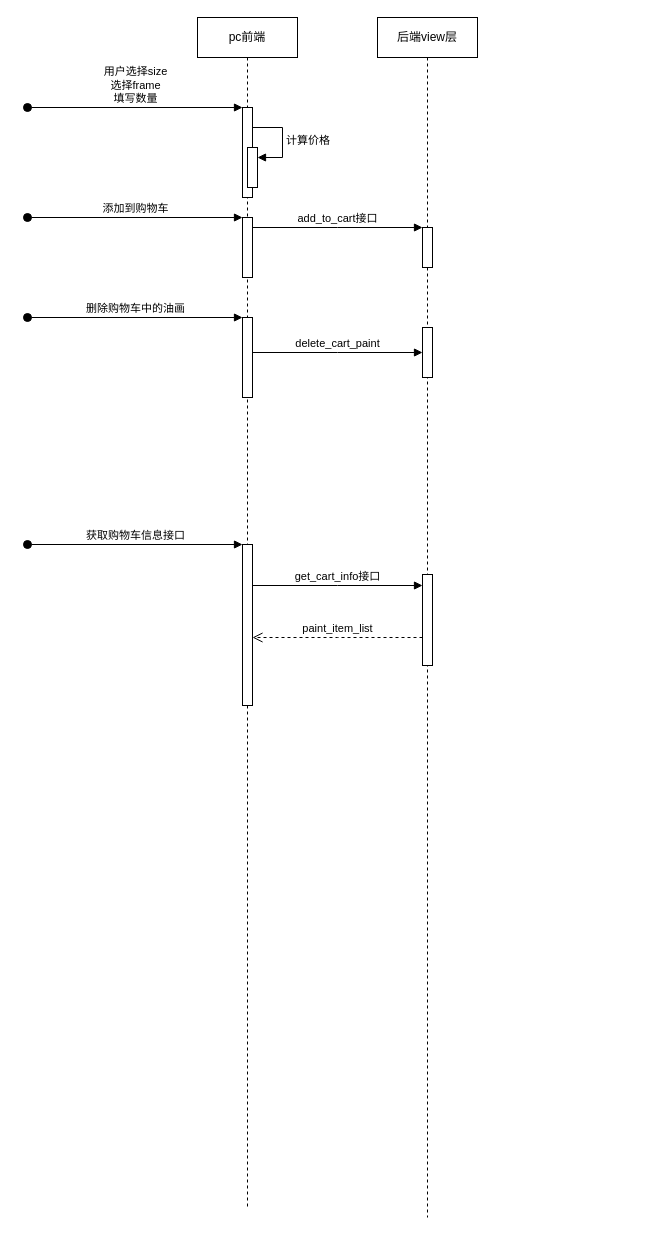
The draw.io diagram aigc订单系统顺序图.drawio in milletzhu/datasource, before the edit. Source tidied: cells renumbered, new cells numbered last; positions are measured from the earlier drawing's top-left corner, leaving out a move shared by most shapes. Both pictures are drawn from the tidied source at 100%, with x=0, y=0 at pixel (27, 17).
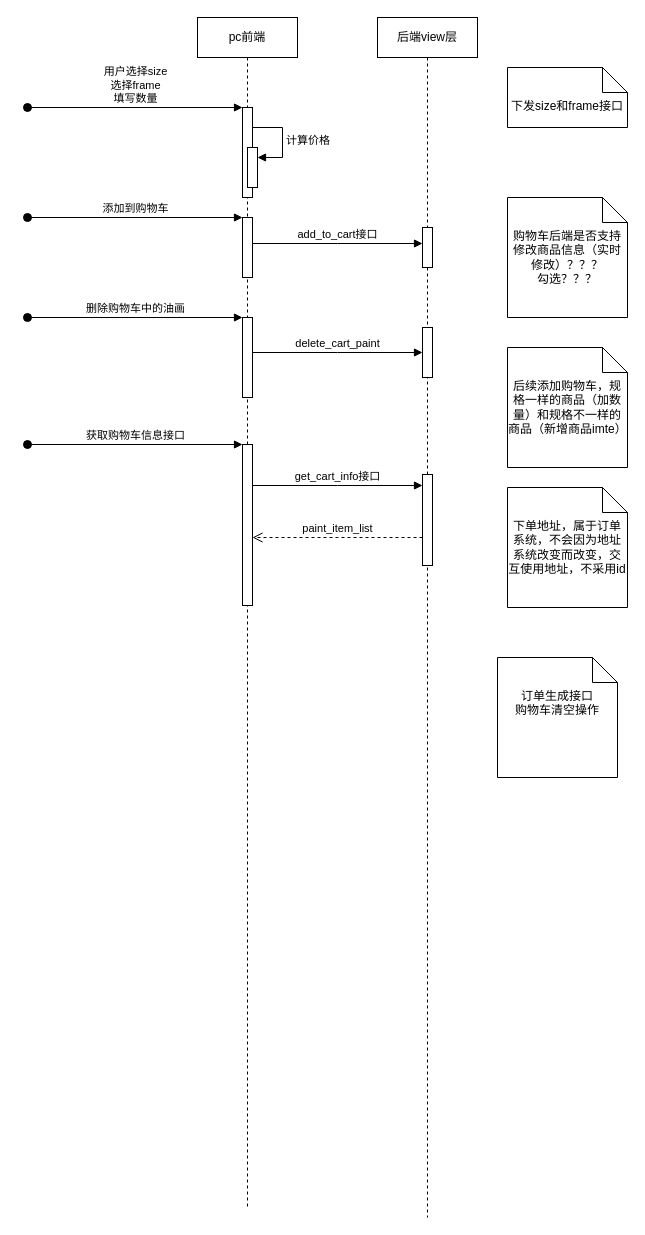
After the change.

Commit message:
更新aigc订单系统顺序图.drawio

The change refers to these unchanged cells:
```xml
<mxCell id="2" value="pc前端" style="shape=umlLifeline;perimeter=lifelinePerimeter;whiteSpace=wrap;html=1;newEdgeStyle={&quot;edgeStyle&quot;:&quot;elbowEdgeStyle&quot;,&quot;elbow&quot;:&quot;vertical&quot;,&quot;curved&quot;:0,&quot;rounded&quot;:0};" parent="1" vertex="1">
  <mxGeometry x="170" width="100" height="1190" as="geometry" />
</mxCell>
<mxCell id="3" style="html=1;points=[];perimeter=orthogonalPerimeter;outlineConnect=0;targetShapes=umlLifeline;portConstraint=eastwest;newEdgeStyle={&quot;edgeStyle&quot;:&quot;elbowEdgeStyle&quot;,&quot;elbow&quot;:&quot;vertical&quot;,&quot;curved&quot;:0,&quot;rounded&quot;:0};" parent="2" vertex="1">
  <mxGeometry x="45" y="200" width="10" height="60" as="geometry" />
</mxCell>
<mxCell id="12" value="后端view层" style="shape=umlLifeline;perimeter=lifelinePerimeter;whiteSpace=wrap;html=1;newEdgeStyle={&quot;edgeStyle&quot;:&quot;elbowEdgeStyle&quot;,&quot;elbow&quot;:&quot;vertical&quot;,&quot;curved&quot;:0,&quot;rounded&quot;:0};" parent="1" vertex="1">
  <mxGeometry x="350" width="100" height="1200" as="geometry" />
</mxCell>
<mxCell id="13" style="html=1;points=[];perimeter=orthogonalPerimeter;outlineConnect=0;targetShapes=umlLifeline;portConstraint=eastwest;newEdgeStyle={&quot;edgeStyle&quot;:&quot;elbowEdgeStyle&quot;,&quot;elbow&quot;:&quot;vertical&quot;,&quot;curved&quot;:0,&quot;rounded&quot;:0};" parent="12" vertex="1">
  <mxGeometry x="45" y="210" width="10" height="40" as="geometry" />
</mxCell>
```

What changed in the source:
```diff
@@
     <mxCell id="8" style="html=1;points=[];perimeter=orthogonalPerimeter;outlineConnect=0;targetShapes=umlLifeline;portConstraint=eastwest;newEdgeStyle={&quot;edgeStyle&quot;:&quot;elbowEdgeStyle&quot;,&quot;elbow&quot;:&quot;vertical&quot;,&quot;curved&quot;:0,&quot;rounded&quot;:0};" parent="2" vertex="1">
-      <mxGeometry x="45" y="527" width="10" height="161" as="geometry" />
+      <mxGeometry x="45" y="427" width="10" height="161" as="geometry" />
     </mxCell>
     <mxCell id="9" value="获取购物车信息接口" style="html=1;verticalAlign=bottom;startArrow=oval;endArrow=block;startSize=8;edgeStyle=elbowEdgeStyle;elbow=vertical;curved=0;rounded=0;" parent="2" edge="1" target="8">
       <mxGeometry relative="1" as="geometry">
-        <mxPoint x="-170" y="527" as="sourcePoint" />
+        <mxPoint x="-170" y="427" as="sourcePoint" />
       </mxGeometry>
     </mxCell>
@@
     <mxCell id="14" style="html=1;perimeter=orthogonalPerimeter;targetShapes=umlLifeline;newEdgeStyle={&quot;edgeStyle&quot;:&quot;elbowEdgeStyle&quot;,&quot;elbow&quot;:&quot;vertical&quot;,&quot;curved&quot;:0,&quot;rounded&quot;:0};" parent="12" vertex="1">
-      <mxGeometry x="45" y="557" width="10" height="91" as="geometry" />
+      <mxGeometry x="45" y="457" width="10" height="91" as="geometry" />
     </mxCell>
@@
-    <mxCell id="16" value="add_to_cart接口" style="html=1;verticalAlign=bottom;endArrow=block;edgeStyle=elbowEdgeStyle;elbow=vertical;curved=0;rounded=0;" parent="1" edge="1" source="3" target="13">
+    <mxCell id="16" value="add_to_cart接口" style="html=1;verticalAlign=bottom;endArrow=block;edgeStyle=elbowEdgeStyle;elbow=vertical;curved=0;rounded=0;" parent="1" edge="1">
       <mxGeometry relative="1" as="geometry">
+        <mxPoint x="225" y="226" as="sourcePoint" />
+        <mxPoint x="395" y="226" as="targetPoint" />
         <Array as="points">
-          <mxPoint x="310" y="210" />
+          <mxPoint x="310" y="226" />
         </Array>
       </mxGeometry>
     </mxCell>
@@
     <mxCell id="18" value="get_cart_info接口" style="html=1;verticalAlign=bottom;endArrow=block;edgeStyle=elbowEdgeStyle;elbow=vertical;curved=0;rounded=0;" parent="1" edge="1">
       <mxGeometry relative="1" as="geometry">
-        <mxPoint x="225" y="568" as="sourcePoint" />
-        <mxPoint x="395" y="568" as="targetPoint" />
+        <mxPoint x="225" y="468" as="sourcePoint" />
+        <mxPoint x="395" y="468" as="targetPoint" />
       </mxGeometry>
     </mxCell>
     <mxCell id="19" value="paint_item_list" style="html=1;verticalAlign=bottom;endArrow=open;dashed=1;endSize=8;edgeStyle=elbowEdgeStyle;elbow=vertical;curved=0;rounded=0;" parent="1" edge="1">
       <mxGeometry relative="1" as="geometry">
-        <mxPoint x="395" y="620" as="sourcePoint" />
-        <mxPoint x="225" y="620" as="targetPoint" />
+        <mxPoint x="395" y="520" as="sourcePoint" />
+        <mxPoint x="225" y="520" as="targetPoint" />
       </mxGeometry>
     </mxCell>
@@
+    <mxCell id="21" value="下发size和frame接口" style="shape=note2;boundedLbl=1;whiteSpace=wrap;html=1;size=25;verticalAlign=top;align=center;" parent="1" vertex="1">
+      <mxGeometry x="480" y="50" width="120" height="60" as="geometry" />
+    </mxCell>
+    <mxCell id="22" value="购物车后端是否支持修改商品信息（实时修改）？？？&lt;br&gt;勾选？？？" style="shape=note2;boundedLbl=1;whiteSpace=wrap;html=1;size=25;verticalAlign=top;align=center;" parent="1" vertex="1">
+      <mxGeometry x="480" y="180" width="120" height="120" as="geometry" />
+    </mxCell>
+    <mxCell id="23" value="后续添加购物车，规格一样的商品（加数量）和规格不一样的商品（新增商品imte）" style="shape=note2;boundedLbl=1;whiteSpace=wrap;html=1;size=25;verticalAlign=top;align=center;" parent="1" vertex="1">
+      <mxGeometry x="480" y="330" width="120" height="120" as="geometry" />
+    </mxCell>
+    <mxCell id="24" value="下单地址，属于订单系统，不会因为地址系统改变而改变，交互使用地址，不采用id" style="shape=note2;boundedLbl=1;whiteSpace=wrap;html=1;size=25;verticalAlign=top;align=center;" parent="1" vertex="1">
+      <mxGeometry x="480" y="470" width="120" height="120" as="geometry" />
+    </mxCell>
+    <mxCell id="25" value="订单生成接口&lt;br&gt;购物车清空操作" style="shape=note2;boundedLbl=1;whiteSpace=wrap;html=1;size=25;verticalAlign=top;align=center;" parent="1" vertex="1">
+      <mxGeometry x="470" y="640" width="120" height="120" as="geometry" />
+    </mxCell>
```
